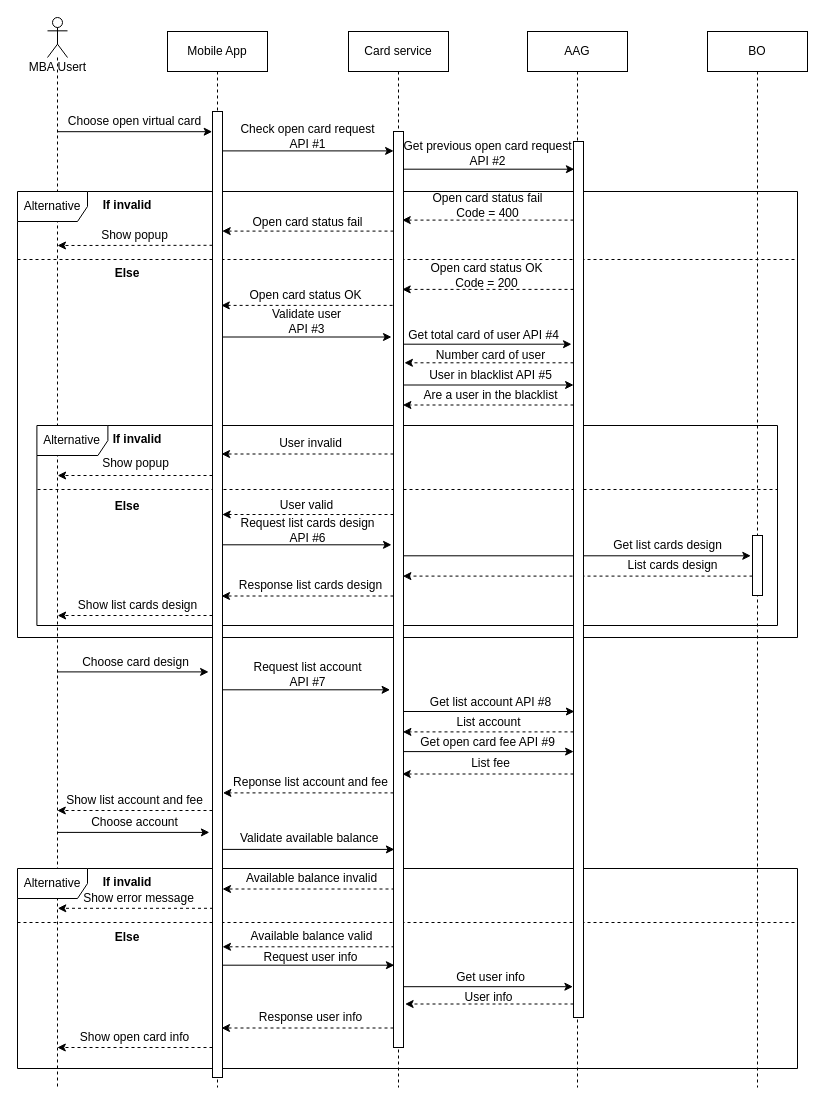
The draw.io diagram page "Open-card" (2 of 12) of Sequence Diagram.drawio in lyminh1994/diagram, before the edit. Source tidied: cells renumbered, new cells numbered last; positions are measured from the earlier drawing's top-left corner, leaving out a move shared by most shapes. Both pictures are drawn from the tidied source at 100%, with x=0, y=0 at pixel (17, 17).
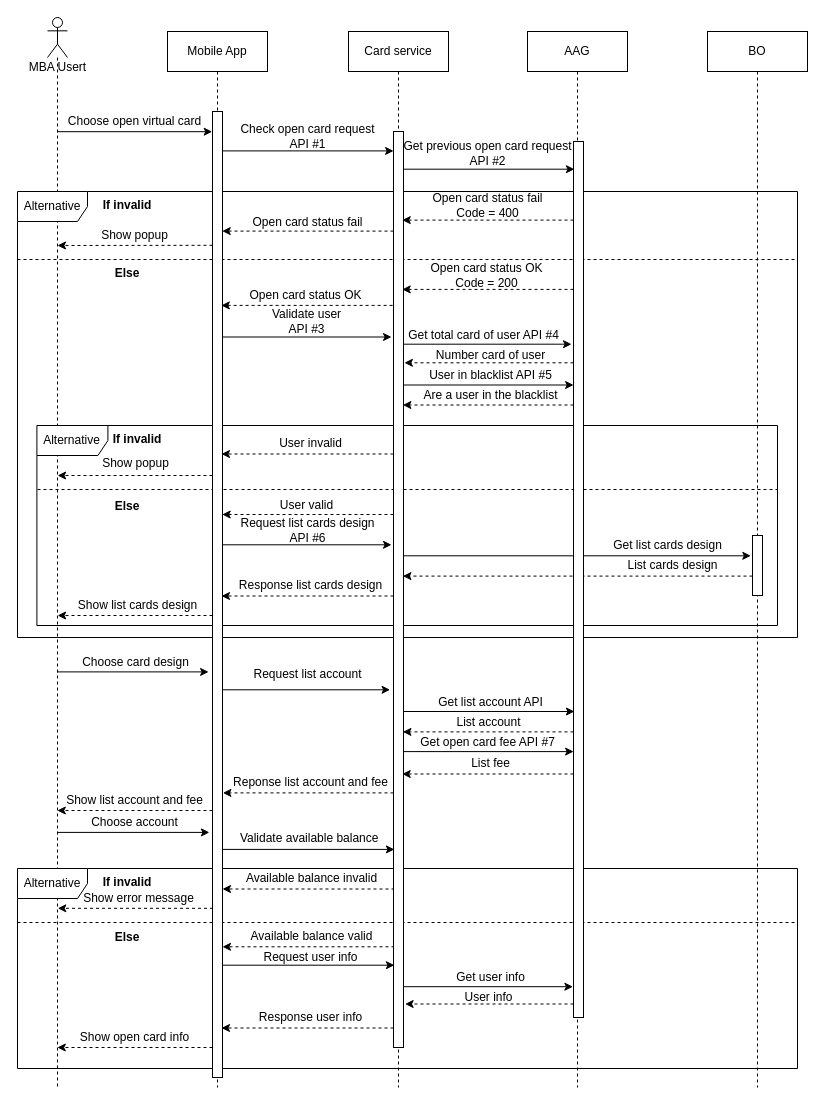
The same page after the edit.

The edit, as a diff of the source:
```diff
@@
-    <mxCell id="9" value="Get list account API #8" style="text;html=1;align=center;verticalAlign=middle;strokeColor=none;fontSize=12;" parent="1" vertex="1">
-      <mxGeometry x="403.4" y="675" width="140" height="20" as="geometry" />
+    <mxCell id="9" value="Get list account API" style="text;html=1;align=center;verticalAlign=middle;strokeColor=none;fontSize=12;" parent="1" vertex="1">
+      <mxGeometry x="413.4" y="675" width="120" height="20" as="geometry" />
     </mxCell>
-    <mxCell id="10" value="Request list account&lt;br&gt;API #7" style="text;html=1;align=center;verticalAlign=middle;strokeColor=none;fontSize=12;" parent="1" vertex="1">
-      <mxGeometry x="229.5" y="642" width="120" height="30" as="geometry" />
+    <mxCell id="10" value="Request list account" style="text;html=1;align=center;verticalAlign=middle;strokeColor=none;fontSize=12;" parent="1" vertex="1">
+      <mxGeometry x="229.5" y="647" width="120" height="20" as="geometry" />
     </mxCell>
@@
-    <mxCell id="17" value="Get open card fee API #9" style="text;html=1;align=center;verticalAlign=middle;strokeColor=none;fontSize=12;" parent="1" vertex="1">
+    <mxCell id="17" value="Get open card fee API #7" style="text;html=1;align=center;verticalAlign=middle;strokeColor=none;fontSize=12;" parent="1" vertex="1">
       <mxGeometry x="394.5" y="715" width="150" height="20" as="geometry" />
     </mxCell>
```
